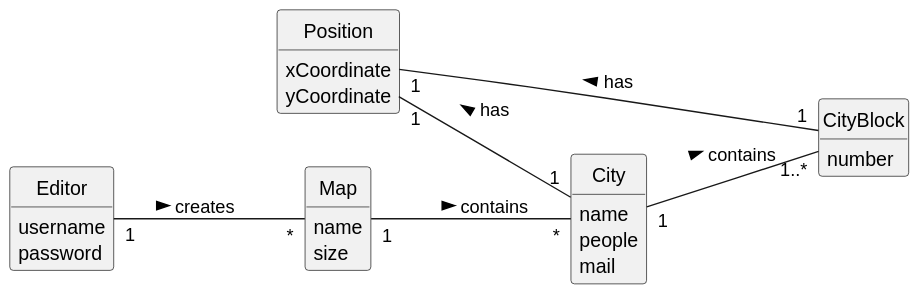
The PlantUML diagram Sprint2/US003/02.analysis/svg/US003-DM.svg in 1240935/pi2-railway-simulator, before a commit.
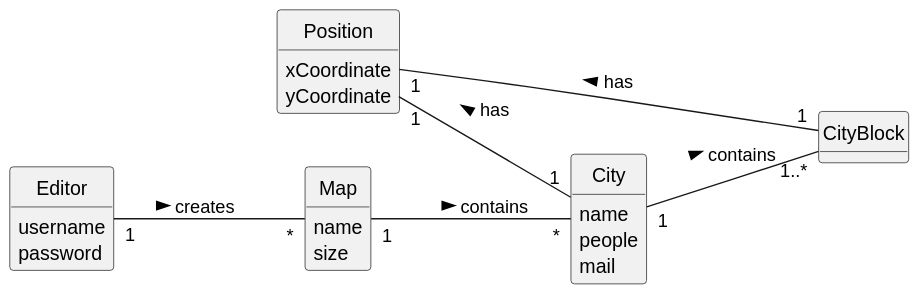
The same file after the commit.

Diff of the diagram source:
```diff
@@ -23,7 +23,6 @@
 }
 
 class CityBlock{
-    number
 }
 
 class Editor {
```
